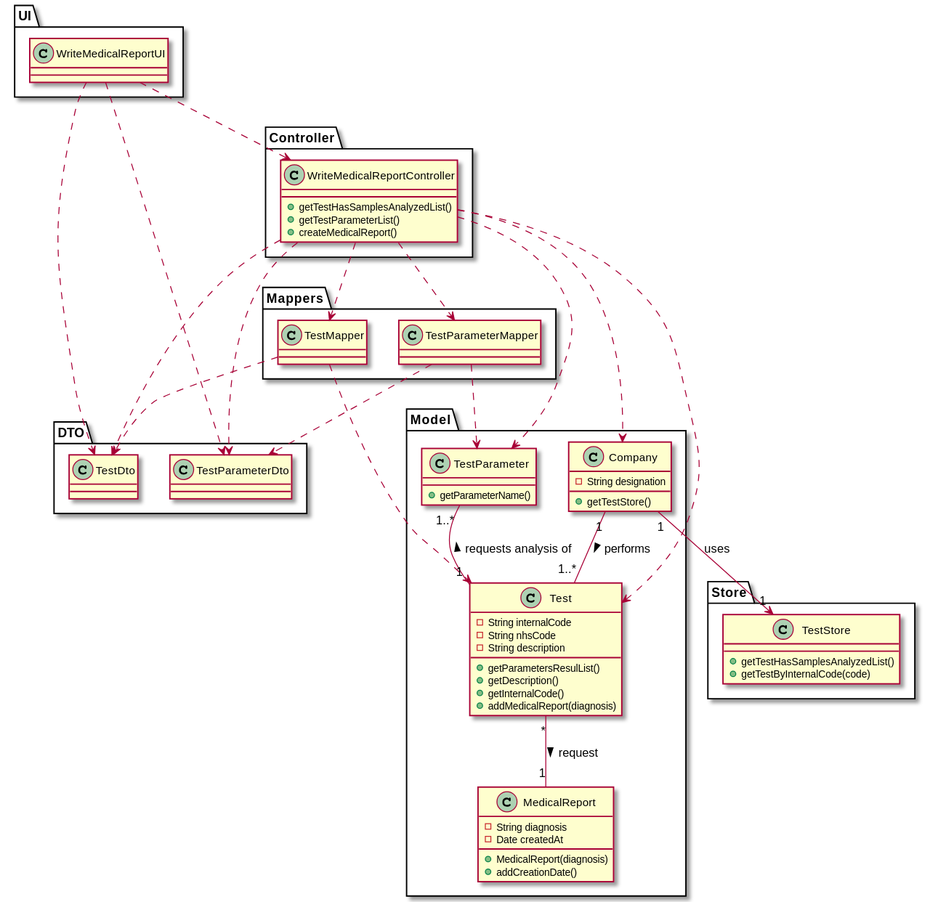
Above: docs/SprintC/US14/US14_CD.svg in manu-07-ela/LAPR2_ISEP (PlantUML), before the change.
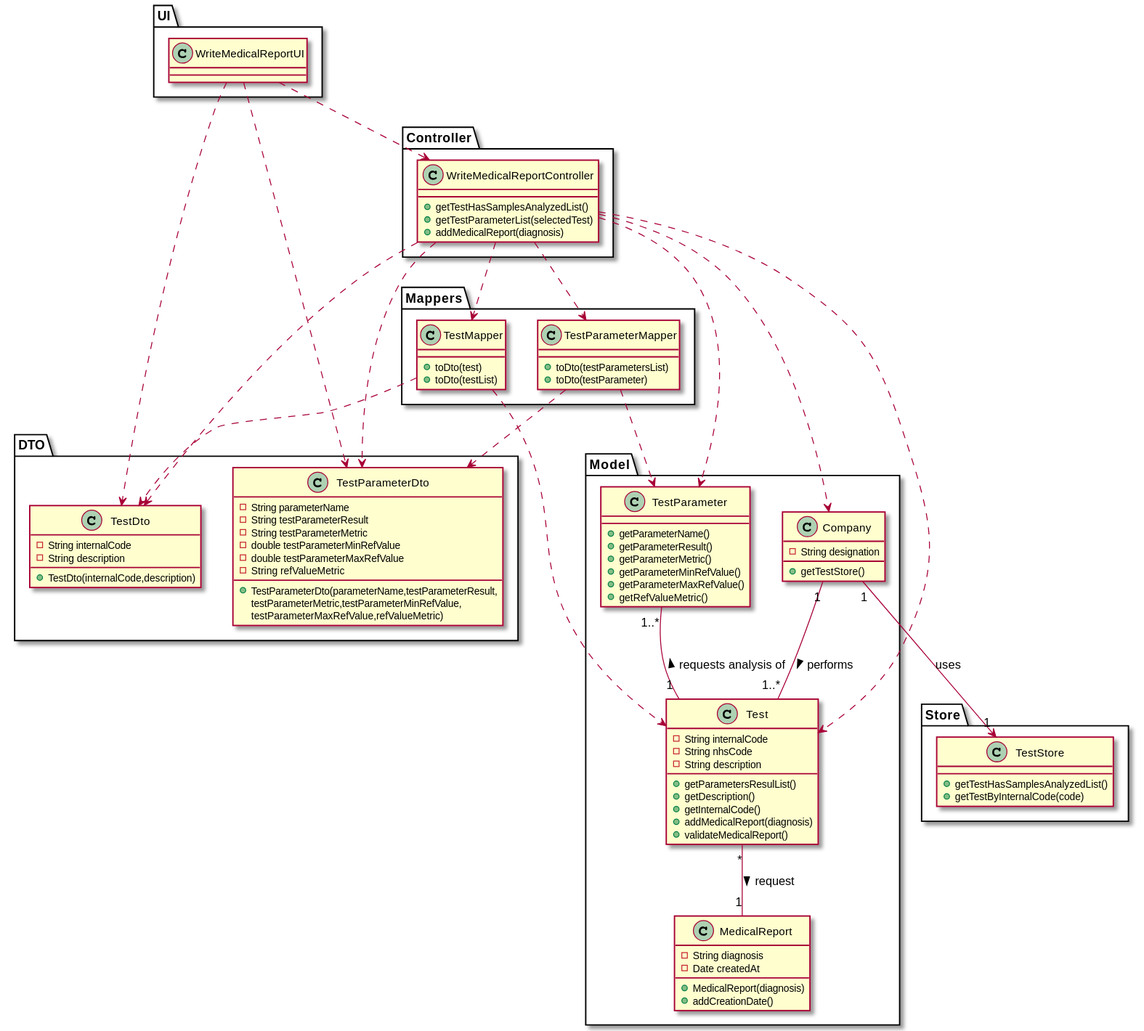
Above is the later version.

Change to the diagram source:
```diff
@@ -8,8 +8,8 @@
 package Controller{
 class WriteMedicalReportController{
 +getTestHasSamplesAnalyzedList()
-+getTestParameterList()
-+createMedicalReport()
++getTestParameterList(selectedTest)
++addMedicalReport(diagnosis)
 }
 }
 
@@ -27,6 +27,7 @@
 +getDescription()
 +getInternalCode()
 +addMedicalReport(diagnosis)
++validateMedicalReport()
 }
 
 class MedicalReport{
@@ -38,6 +39,11 @@
 
 class TestParameter{
 + getParameterName()
++ getParameterResult()
++ getParameterMetric()
++ getParameterMinRefValue()
++ getParameterMaxRefValue()
++ getRefValueMetric()
 }
 }
 
@@ -50,17 +56,31 @@
 
 package Mappers{
 class TestMapper{
++toDto(test)
++toDto(testList)
 }
 
 class TestParameterMapper{
++toDto(testParametersList)
++toDto(testParameter)
 }
 }
 
 package DTO{
 class TestDto{
+-String internalCode
+-String description
++TestDto(internalCode,description)
 }
 
 class TestParameterDto{
+-String parameterName
+-String testParameterResult
+-String testParameterMetric
+-double testParameterMinRefValue
+-double testParameterMaxRefValue
+-String refValueMetric
++TestParameterDto(parameterName,testParameterResult,\ntestParameterMetric,testParameterMinRefValue,\ntestParameterMaxRefValue,refValueMetric)
 }
 }
 
```
